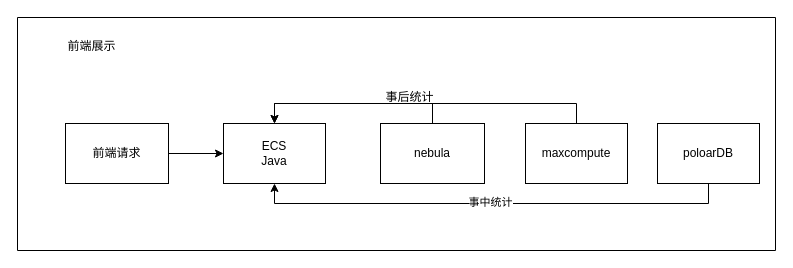
This is page "Page-3" (3 of 4) of 友邦/友邦事中数据流.drawio from XiaoLiuAI/diagrams, a draw.io file, before an edit. Source tidied: cells renumbered, new cells numbered last; positions are measured from the earlier drawing's top-left corner, leaving out a move shared by most shapes. Both pictures are drawn from the tidied source at 100%, with x=0, y=0 at pixel (17, 17).
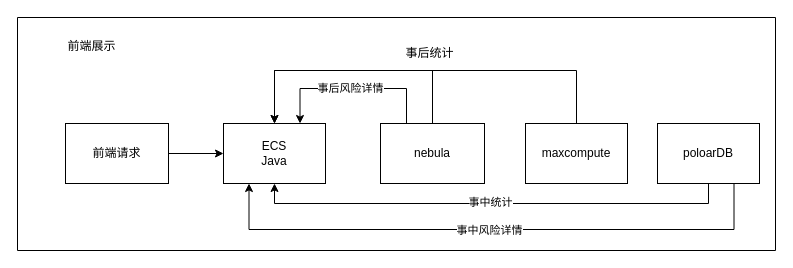
The same diagram, later.

The change refers to these unchanged cells:
```xml
<mxCell id="2" style="swimlane;startSize=0;" parent="1" vertex="1">
  <mxGeometry width="758" height="233" as="geometry" />
</mxCell>
<mxCell id="6" value="ECS&lt;div&gt;Java&lt;/div&gt;" style="rounded=0;whiteSpace=wrap;html=1;" parent="2" vertex="1">
  <mxGeometry x="206" y="106" width="102" height="60" as="geometry" />
</mxCell>
<mxCell id="8" value="nebula" style="rounded=0;whiteSpace=wrap;html=1;" parent="2" vertex="1">
  <mxGeometry x="363" y="106" width="104" height="60" as="geometry" />
</mxCell>
<mxCell id="10" value="maxcompute" style="rounded=0;whiteSpace=wrap;html=1;" parent="2" vertex="1">
  <mxGeometry x="508" y="106" width="102" height="60" as="geometry" />
</mxCell>
<mxCell id="13" value="poloarDB" style="rounded=0;whiteSpace=wrap;html=1;" parent="2" vertex="1">
  <mxGeometry x="640" y="106" width="102" height="60" as="geometry" />
</mxCell>
```

What changed in the source:
```diff
@@
-    <mxCell id="7" style="edgeStyle=orthogonalEdgeStyle;rounded=0;jettySize=auto;html=1;exitX=0.5;exitY=0;exitDx=0;exitDy=0;entryX=0.5;entryY=0;entryDx=0;entryDy=0;" parent="2" edge="1" source="8" target="6">
-      <mxGeometry relative="1" as="geometry" />
+    <mxCell id="7" style="edgeStyle=orthogonalEdgeStyle;rounded=0;jettySize=auto;html=1;exitX=0.5;exitY=0;exitDx=0;exitDy=0;entryX=0.5;entryY=0;entryDx=0;entryDy=0;" parent="2" edge="1" target="6">
+      <mxGeometry relative="1" as="geometry">
+        <mxPoint x="415" y="113" as="sourcePoint" />
+        <Array as="points">
+          <mxPoint x="415" y="53" />
+          <mxPoint x="257" y="53" />
+        </Array>
+      </mxGeometry>
     </mxCell>
+    <mxCell id="15" style="edgeStyle=orthogonalEdgeStyle;rounded=0;jettySize=auto;html=1;exitX=0.25;exitY=0;exitDx=0;exitDy=0;entryX=0.75;entryY=0;entryDx=0;entryDy=0;" parent="2" edge="1" source="8" target="6">
+      <mxGeometry relative="1" as="geometry">
+        <Array as="points">
+          <mxPoint x="389" y="71" />
+          <mxPoint x="283" y="71" />
+        </Array>
+      </mxGeometry>
+    </mxCell>
+    <mxCell id="16" value="事后风险详情" style="edgeLabel;html=1;align=center;verticalAlign=middle;" parent="15" vertex="1">
+      <mxGeometry x="0.04" y="-1" relative="1" as="geometry" />
+    </mxCell>
@@
     <mxCell id="9" style="edgeStyle=orthogonalEdgeStyle;rounded=0;jettySize=auto;html=1;exitX=0.5;exitY=0;exitDx=0;exitDy=0;entryX=0.5;entryY=0;entryDx=0;entryDy=0;" parent="2" edge="1" source="10" target="6">
-      <mxGeometry relative="1" as="geometry" />
+      <mxGeometry relative="1" as="geometry">
+        <Array as="points">
+          <mxPoint x="559" y="53" />
+          <mxPoint x="257" y="53" />
+        </Array>
+      </mxGeometry>
     </mxCell>
@@
+    <mxCell id="17" style="edgeStyle=orthogonalEdgeStyle;rounded=0;jettySize=auto;html=1;exitX=0.75;exitY=1;exitDx=0;exitDy=0;entryX=0.25;entryY=1;entryDx=0;entryDy=0;" parent="2" edge="1" source="13" target="6">
+      <mxGeometry relative="1" as="geometry">
+        <Array as="points">
+          <mxPoint x="717" y="212" />
+          <mxPoint x="232" y="212" />
+        </Array>
+      </mxGeometry>
+    </mxCell>
+    <mxCell id="18" value="事中风险详情" style="edgeLabel;html=1;align=center;verticalAlign=middle;" parent="17" vertex="1">
+      <mxGeometry x="0.01" relative="1" as="geometry" />
+    </mxCell>
@@
-    <mxCell id="14" value="事后统计" style="text;html=1;align=center;verticalAlign=middle;strokeColor=none;fillColor=none;" parent="1" vertex="1">
-      <mxGeometry x="359" y="67" width="66" height="26" as="geometry" />
+    <mxCell id="14" value="事后统计" style="text;html=1;align=center;verticalAlign=middle;strokeColor=none;fillColor=none;" parent="2" vertex="1">
+      <mxGeometry x="379" y="23" width="66" height="26" as="geometry" />
     </mxCell>
```
